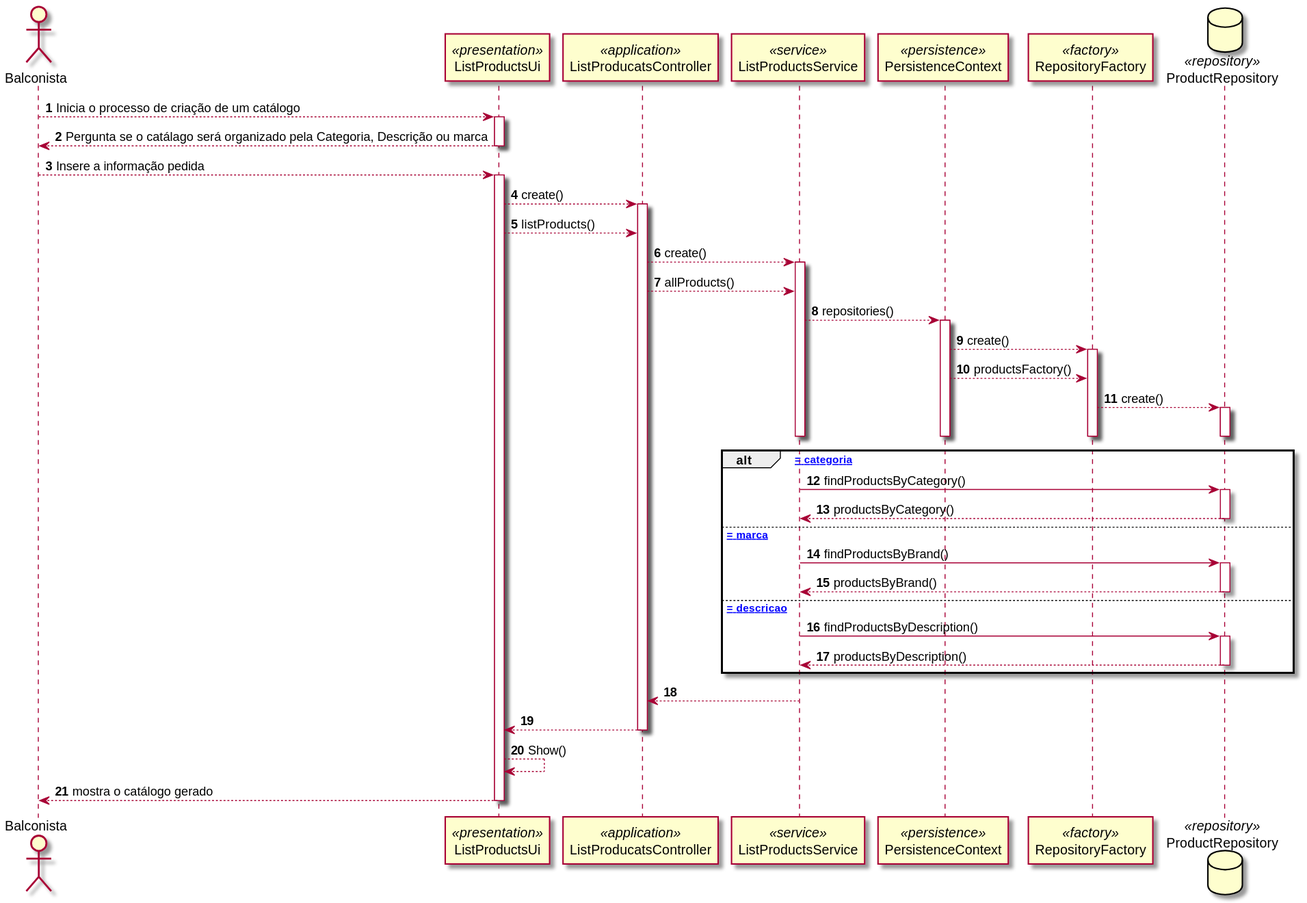
Before: docs/1200720/US1002/SD_US1002.svg, a diagram exported from PlantUML (0franciscor/lei21_22_s4_2de_01). Its diagram source:
```plantuml
@startuml


actor Balconista as B
participant ListProductsUi as Ui <<presentation>>
participant ListProducatsController as CT <<application>>
participant ListProductsService as SR <<service>>
participant PersistenceContext as CTX <<persistence>>
participant RepositoryFactory as FT <<factory>>
database ProductRepository as REPO <<repository>>

autonumber

B --> Ui : Inicia o processo de criação de um catálogo

activate Ui
Ui --> B : Pergunta se o catálago será organizado pela Categoria, Descrição ou marca
deactivate Ui


B --> Ui : Insere a informação pedida
activate Ui
Ui --> CT : create()
activate CT
Ui --> CT : listProducts()
CT --> SR : create()
activate SR
CT --> SR : allProducts()
SR --> CTX : repositories()
activate CTX
CTX --> FT : create()
activate FT
CTX --> FT : productsFactory()
FT --> REPO : create()
activate REPO
deactivate REPO
deactivate FT
deactivate SR
deactivate CTX


alt [information = categoria]

SR -> REPO : findProductsByCategory()

activate REPO
REPO --> SR : productsByCategory()


deactivate REPO
deactivate SR
else [information = marca]
SR -> REPO : findProductsByBrand()
activate REPO
REPO --> SR : productsByBrand()
deactivate REPO

else [information = descricao]
SR -> REPO : findProductsByDescription()
activate REPO
REPO --> SR : productsByDescription()
deactivate REPO
end
SR --> CT :

CT --> Ui :
deactivate CT
Ui --> Ui : Show()
Ui --> B : mostra o catálogo gerado
deactivate Ui

@enduml
```
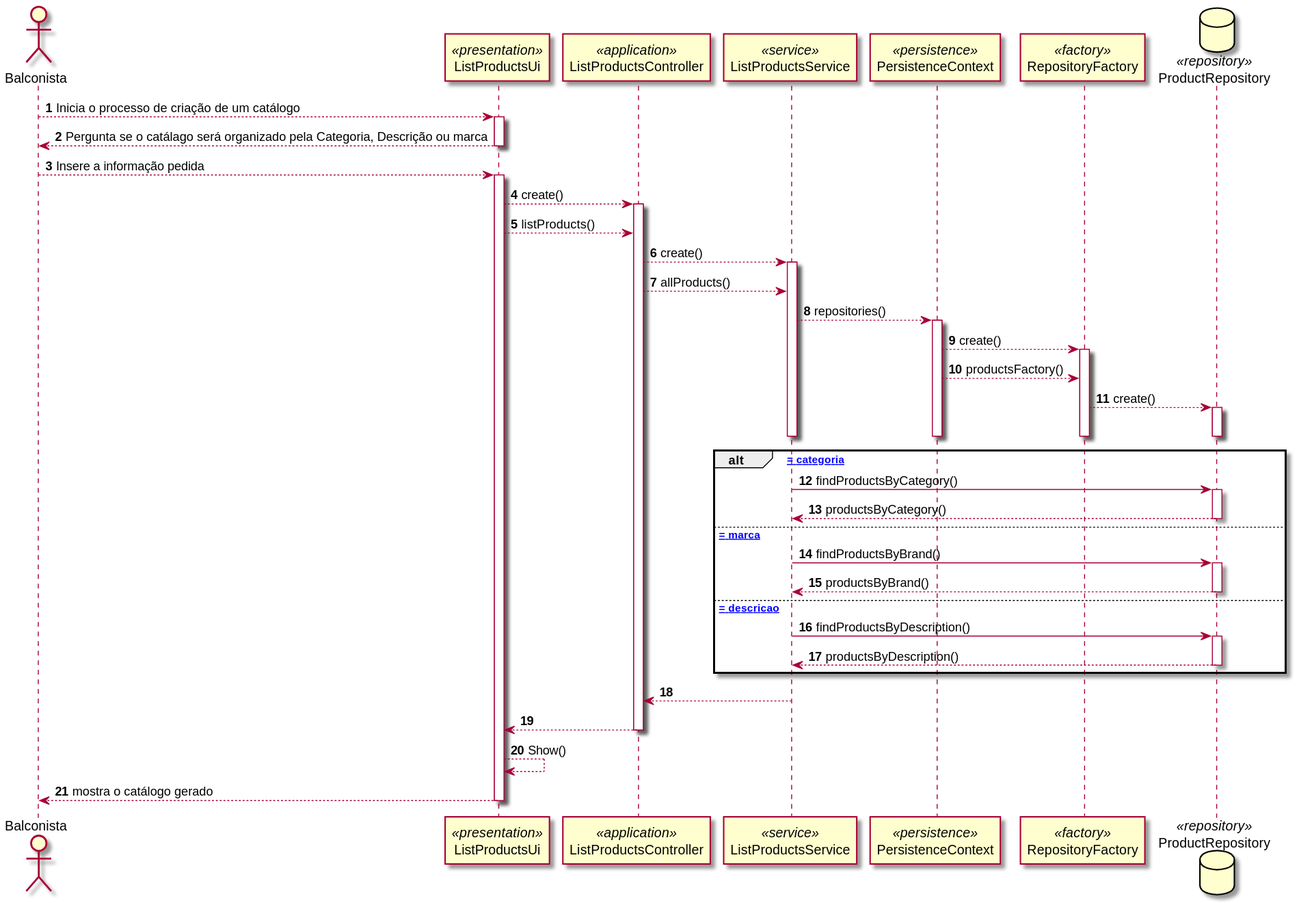
The same diagram one commit later.

Change to the diagram source:
```diff
@@ -3,7 +3,7 @@
 
 actor Balconista as B
 participant ListProductsUi as Ui <<presentation>>
-participant ListProducatsController as CT <<application>>
+participant ListProductsController as CT <<application>>
 participant ListProductsService as SR <<service>>
 participant PersistenceContext as CTX <<persistence>>
 participant RepositoryFactory as FT <<factory>>
```
